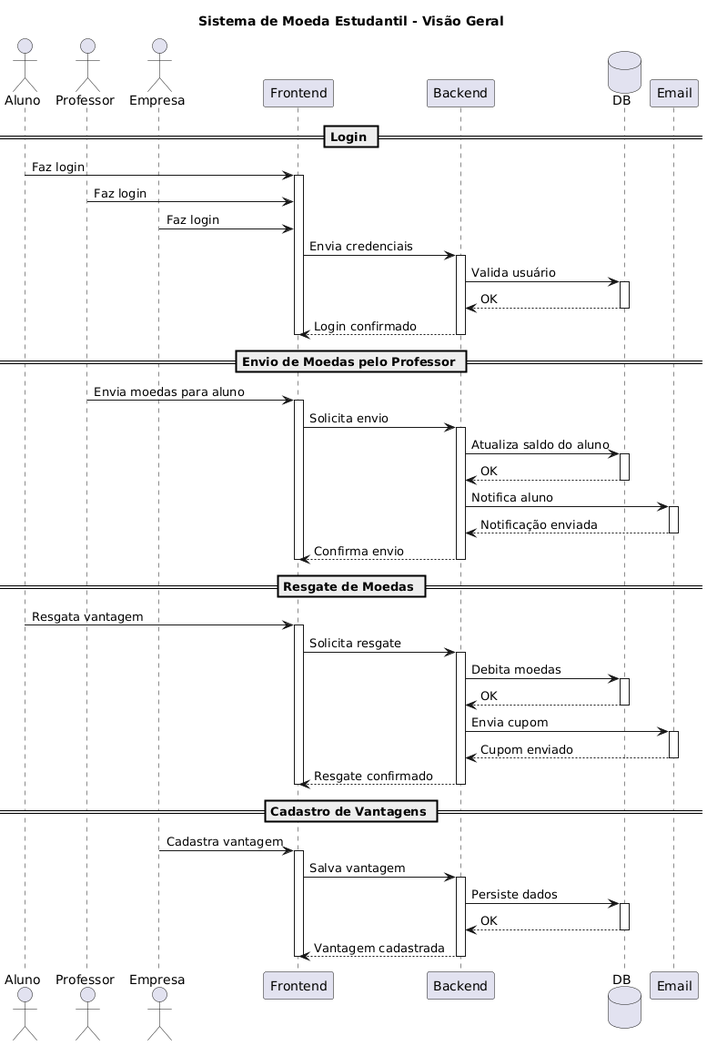
Above: docs/sequence-diagrams/DiagramaGeral.png in jjoaom/PS-PUCMG-StudentCoin (PlantUML), before the change.
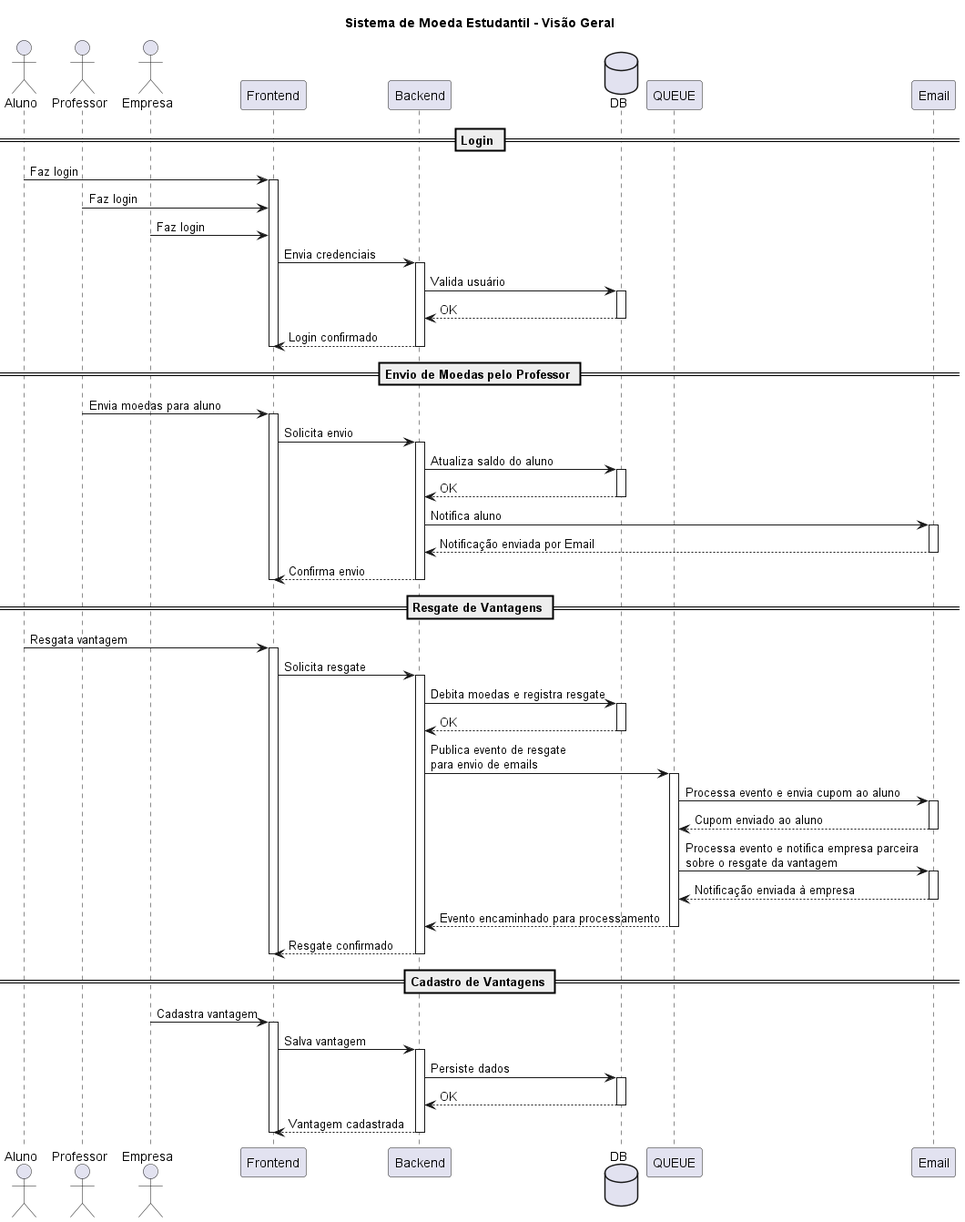
Later version of the same file.

Commit message:
update diagrama geral

What changed in the source:
```diff
@@ -8,6 +8,7 @@
 participant Frontend
 participant Backend
 database DB
+participant QUEUE
 participant Email
 
 
@@ -47,7 +48,7 @@
 
 Backend -> Email: Notifica aluno
 activate Email
-Email --> Backend: Notificação enviada
+Email --> Backend: Notificação enviada por Email
 deactivate Email
 
 Backend --> Frontend: Confirma envio
@@ -55,7 +56,7 @@
 deactivate Frontend
 
 
-== Resgate de Moedas ==
+== Resgate de Vantagens ==
 
 Aluno -> Frontend: Resgata vantagem
 activate Frontend
@@ -63,20 +64,30 @@
 Frontend -> Backend: Solicita resgate
 activate Backend
 
-Backend -> DB: Debita moedas
+Backend -> DB: Debita moedas e registra resgate
 activate DB
 DB --> Backend: OK
 deactivate DB
 
-Backend -> Email: Envia cupom
+Backend -> QUEUE: Publica evento de resgate\npara envio de emails
+activate QUEUE
+
+QUEUE -> Email: Processa evento e envia cupom ao aluno
 activate Email
-Email --> Backend: Cupom enviado
+Email --> QUEUE: Cupom enviado ao aluno
 deactivate Email
+
+QUEUE -> Email: Processa evento e notifica empresa parceira\nsobre o resgate da vantagem
+activate Email
+Email --> QUEUE: Notificação enviada à empresa
+deactivate Email
+
+QUEUE --> Backend: Evento encaminhado para processamento
+deactivate QUEUE
 
 Backend --> Frontend: Resgate confirmado
 deactivate Backend
 deactivate Frontend
-
 
 == Cadastro de Vantagens ==
 
@@ -94,4 +105,5 @@
 Backend --> Frontend: Vantagem cadastrada
 deactivate Backend
 deactivate Frontend
+
 @enduml
```
